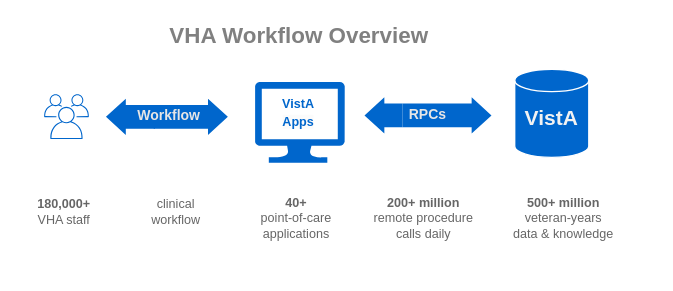
Above: img/workflow-overview.svg in cloudvista/vaa (draw.io), before the change. Source tidied: cells renumbered, new cells last; positions are measured from the earlier drawing's top-left corner, leaving out a move shared by most shapes.
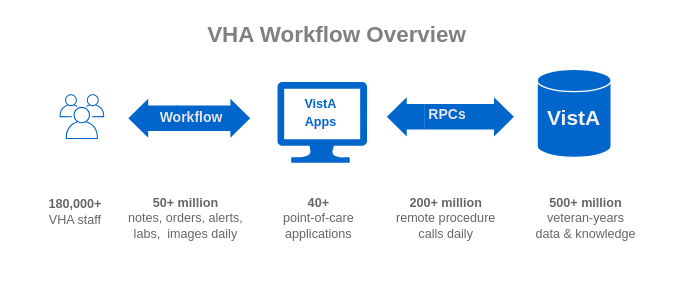
The same file after the commit.

Change to the diagram source:
```diff
@@ -3,22 +3,22 @@
     <mxCell id="0" />
     <mxCell id="1" parent="0" />
     <mxCell id="2" style="rounded=1;whiteSpace=wrap;html=1;strokeColor=none;" parent="1" vertex="1">
-      <mxGeometry x="-0.1" width="479.1" height="206.9" as="geometry" />
+      <mxGeometry x="-15.5" width="479.1" height="206.9" as="geometry" />
     </mxCell>
     <mxCell id="3" style="html=1;shadow=0;dashed=0;align=center;verticalAlign=middle;shape=mxgraph.arrows2.arrow;dy=0.35;dx=14.19;direction=west;notch=0;strokeColor=none;strokeWidth=1;fontSize=12;fontColor=#808080;fillColor=#0066CC;flipV=1;" parent="1" vertex="1">
-      <mxGeometry x="260" y="69" width="27.1" height="26" as="geometry" />
+      <mxGeometry x="260" y="69" width="27.1" height="28" as="geometry" />
     </mxCell>
     <mxCell id="4" value="&lt;font size=&quot;1&quot; color=&quot;#0066cc&quot; style=&quot;&quot;&gt;&lt;b style=&quot;font-size: 9px;&quot;&gt;VistA&lt;/b&gt;&lt;/font&gt;" style="text;whiteSpace=wrap;html=1;fontColor=#999999;align=center;fontSize=10;fontStyle=0;" parent="1" vertex="1">
       <mxGeometry x="189.4" y="61" width="48.2" height="26" as="geometry" />
     </mxCell>
     <mxCell id="5" style="sketch=0;gradientColor=none;fontColor=#545B64;strokeColor=none;fillColor=#0066CC;dashed=0;verticalLabelPosition=bottom;verticalAlign=top;align=center;html=1;fontSize=12;fontStyle=0;shape=mxgraph.aws4.illustration_users;strokeWidth=4;perimeterSpacing=0;" parent="1" vertex="1">
-      <mxGeometry x="31" y="66.9" width="32" height="32" as="geometry" />
+      <mxGeometry x="26" y="66.9" width="32" height="32" as="geometry" />
     </mxCell>
     <mxCell id="6" style="html=1;shadow=0;dashed=0;align=center;verticalAlign=middle;shape=mxgraph.arrows2.arrow;dy=0.35;dx=14.19;direction=west;notch=0;strokeColor=none;strokeWidth=1;fontSize=12;fontColor=#808080;fillColor=#0066CC;flipV=1;rotation=-180;" parent="1" vertex="1">
-      <mxGeometry x="287.1" y="69" width="63.7" height="26" as="geometry" />
+      <mxGeometry x="287.1" y="69" width="63.7" height="28" as="geometry" />
     </mxCell>
     <mxCell id="7" value="&lt;span style=&quot;font-size: 10px;&quot;&gt;&lt;b style=&quot;&quot;&gt;&lt;font color=&quot;#e6e6e6&quot;&gt;RPCs&lt;/font&gt;&lt;/b&gt;&lt;/span&gt;" style="text;html=1;align=center;verticalAlign=middle;strokeColor=none;fillColor=none;fontSize=12;fontColor=#009900;" parent="1" vertex="1">
-      <mxGeometry x="280" y="65.6" width="50" height="30" as="geometry" />
+      <mxGeometry x="278" y="65.5" width="50" height="30" as="geometry" />
     </mxCell>
     <mxCell id="8" style="shape=cylinder3;whiteSpace=wrap;html=1;boundedLbl=1;backgroundOutline=1;size=7.999999999999943;strokeColor=#FFFFFF;fillColor=#0066CC;" parent="1" vertex="1">
       <mxGeometry x="367.4" y="49" width="53" height="63" as="geometry" />
@@ -30,23 +30,20 @@
       <mxGeometry x="181.7" y="58" width="64.1" height="57.8" as="geometry" />
     </mxCell>
     <mxCell id="11" value="&lt;font color=&quot;#808080&quot; style=&quot;font-size: 16px;&quot;&gt;&lt;b style=&quot;&quot;&gt;VHA Workflow Overview&lt;/b&gt;&lt;/font&gt;" style="text;html=1;align=center;verticalAlign=middle;strokeColor=none;fillColor=none;" parent="1" vertex="1">
-      <mxGeometry x="107.5" y="10" width="210" height="30" as="geometry" />
+      <mxGeometry x="119" y="9" width="210" height="30" as="geometry" />
     </mxCell>
     <mxCell id="12" style="html=1;shadow=0;dashed=0;align=center;verticalAlign=middle;shape=mxgraph.arrows2.arrow;dy=0.35;dx=14.19;direction=west;notch=0;strokeColor=none;strokeWidth=1;fontSize=12;fontColor=#808080;fillColor=#0066CC;flipV=1;" parent="1" vertex="1">
-      <mxGeometry x="75.2" y="70" width="35" height="26" as="geometry" />
+      <mxGeometry x="75.2" y="70" width="35" height="28" as="geometry" />
     </mxCell>
     <mxCell id="13" style="html=1;shadow=0;dashed=0;align=center;verticalAlign=middle;shape=mxgraph.arrows2.arrow;dy=0.35;dx=14.19;direction=west;notch=0;strokeColor=none;strokeWidth=1;fontSize=12;fontColor=#808080;fillColor=#0066CC;flipV=1;rotation=-180;" parent="1" vertex="1">
-      <mxGeometry x="109.3" y="70" width="53" height="26" as="geometry" />
+      <mxGeometry x="109.3" y="70" width="53" height="28" as="geometry" />
     </mxCell>
     <mxCell id="14" value="&lt;span style=&quot;font-size: 10px;&quot;&gt;&lt;b style=&quot;&quot;&gt;&lt;font color=&quot;#e6e6e6&quot;&gt;Workflow&lt;/font&gt;&lt;/b&gt;&lt;/span&gt;" style="text;html=1;align=center;verticalAlign=middle;strokeColor=none;fillColor=none;fontSize=12;fontColor=#009900;" parent="1" vertex="1">
-      <mxGeometry x="85.2" y="66.7" width="70" height="30" as="geometry" />
+      <mxGeometry x="85" y="67.7" width="70" height="30" as="geometry" />
     </mxCell>
     <mxCell id="15" value="&lt;b&gt;&lt;font&gt;180,000+&lt;br style=&quot;font-size: 9px;&quot;&gt;&lt;/font&gt;&lt;/b&gt;VHA staff" style="text;html=1;align=center;verticalAlign=middle;strokeColor=none;fillColor=none;fontColor=#666666;fontStyle=0;fontSize=9;" parent="1" vertex="1">
-      <mxGeometry x="15.2" y="130.6" width="60" height="40" as="geometry" />
+      <mxGeometry x="7.2" y="130.6" width="60" height="40" as="geometry" />
     </mxCell>
-    <mxCell id="16" value="clinical&lt;br style=&quot;font-size: 9px;&quot;&gt;workflow" style="text;html=1;align=center;verticalAlign=middle;strokeColor=none;fillColor=none;fontColor=#666666;fontStyle=0;fontSize=9;" parent="1" vertex="1">
-      <mxGeometry x="95.2" y="130.6" width="60" height="40" as="geometry" />
-    </mxCell>
     <mxCell id="17" value="&lt;b&gt;&lt;font&gt;40+&lt;br style=&quot;font-size: 9px;&quot;&gt;&lt;/font&gt;&lt;/b&gt;point-of-care&lt;br&gt;applications" style="text;html=1;align=center;verticalAlign=middle;strokeColor=none;fillColor=none;fontColor=#666666;fontStyle=0;fontSize=9;" parent="1" vertex="1">
       <mxGeometry x="175.9" y="130.6" width="70" height="50" as="geometry" />
     </mxCell>
@@ -59,5 +56,8 @@
     <mxCell id="20" value="&lt;meta charset=&quot;utf-8&quot;&gt;&lt;b style=&quot;border-color: var(--border-color); color: rgb(0, 102, 204); font-family: Helvetica; font-style: normal; font-variant-ligatures: normal; font-variant-caps: normal; letter-spacing: normal; orphans: 2; text-indent: 0px; text-transform: none; widows: 2; word-spacing: 0px; -webkit-text-stroke-width: 0px; background-color: rgb(251, 251, 251); text-decoration-thickness: initial; text-decoration-style: initial; text-decoration-color: initial; font-size: 9px;&quot;&gt;Apps&lt;/b&gt;" style="text;whiteSpace=wrap;html=1;fontColor=#666666;align=center;" parent="1" vertex="1">
       <mxGeometry x="182.5" y="72" width="60" height="40" as="geometry" />
     </mxCell>
+    <mxCell id="21" value="&lt;b&gt;&lt;font&gt;50+ million&lt;br style=&quot;font-size: 9px;&quot;&gt;&lt;/font&gt;&lt;/b&gt;notes, orders, alerts, &lt;br&gt;labs,&amp;nbsp; images daily" style="text;html=1;align=center;verticalAlign=middle;strokeColor=none;fillColor=none;fontColor=#666666;fontStyle=0;fontSize=9;" parent="1" vertex="1">
+      <mxGeometry x="61" y="130.6" width="110" height="50" as="geometry" />
+    </mxCell>
   </root>
 </mxGraphModel>
```
